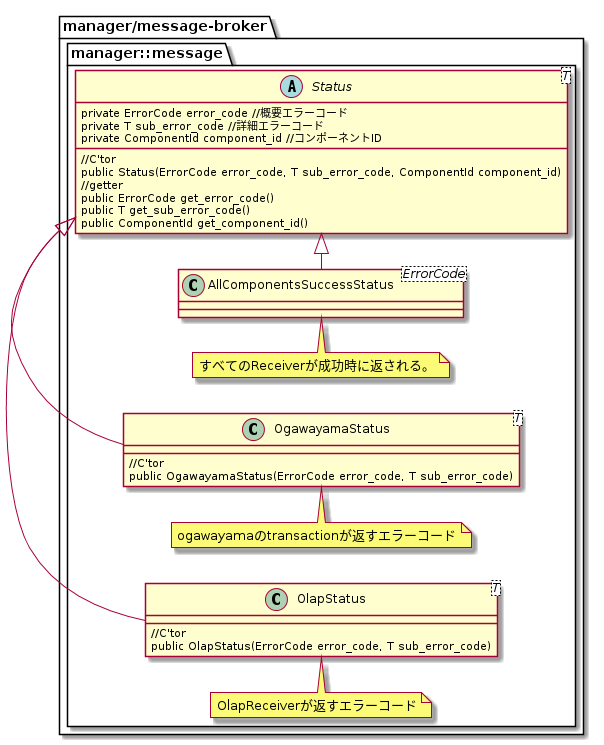
Before: docs/design/img/out/Status/Status.png, a diagram exported from PlantUML (project-tsurugi/tsurugi_fdw).
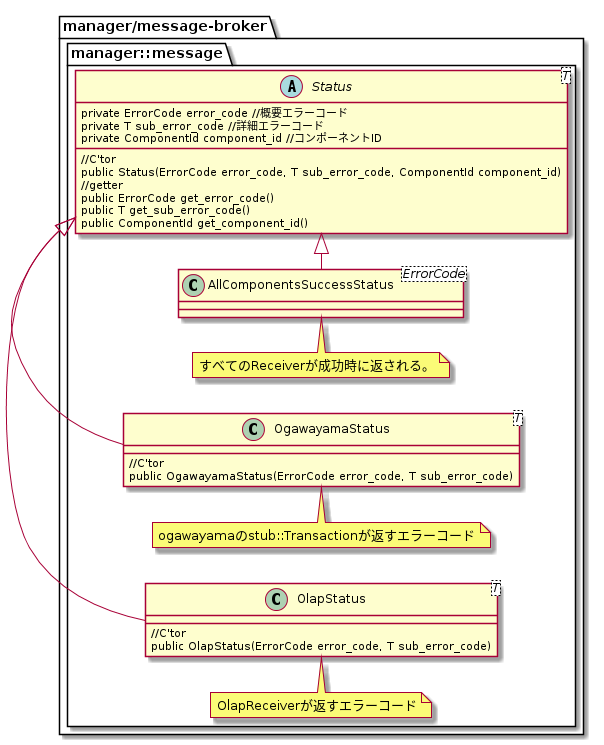
After the change.

What changed in the source:
```diff
@@ -29,7 +29,7 @@
         {method}public OgawayamaStatus(ErrorCode error_code, T sub_error_code)
     }
 
-    note top of OgawayamaStatus : ogawayamaのtransactionが返すエラーコード
+    note top of OgawayamaStatus : ogawayamaのstub::Transactionが返すエラーコード
 
     class OlapStatus<T>
     {
```
